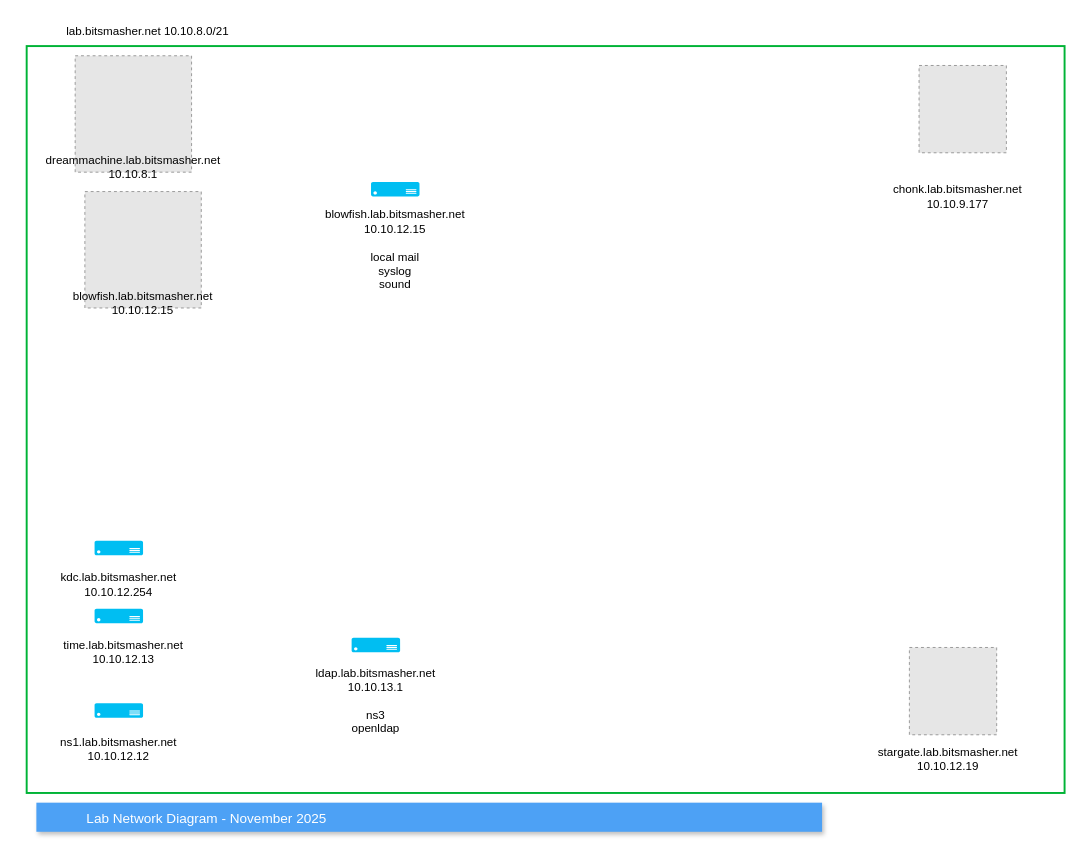
The draw.io diagram page "lab" (1 of 4) of docs/drawings/lab_2024.drawio in devsecfranklin/franklin-resume, before the edit. Source tidied: cells renumbered, new cells numbered last; positions are measured from the earlier drawing's top-left corner, leaving out a move shared by most shapes. Both pictures are drawn from the tidied source at 97%, with x=0, y=0 at pixel (21, 16). Pictures stored in the file or linked from it are replaced by grey dashed boxes.
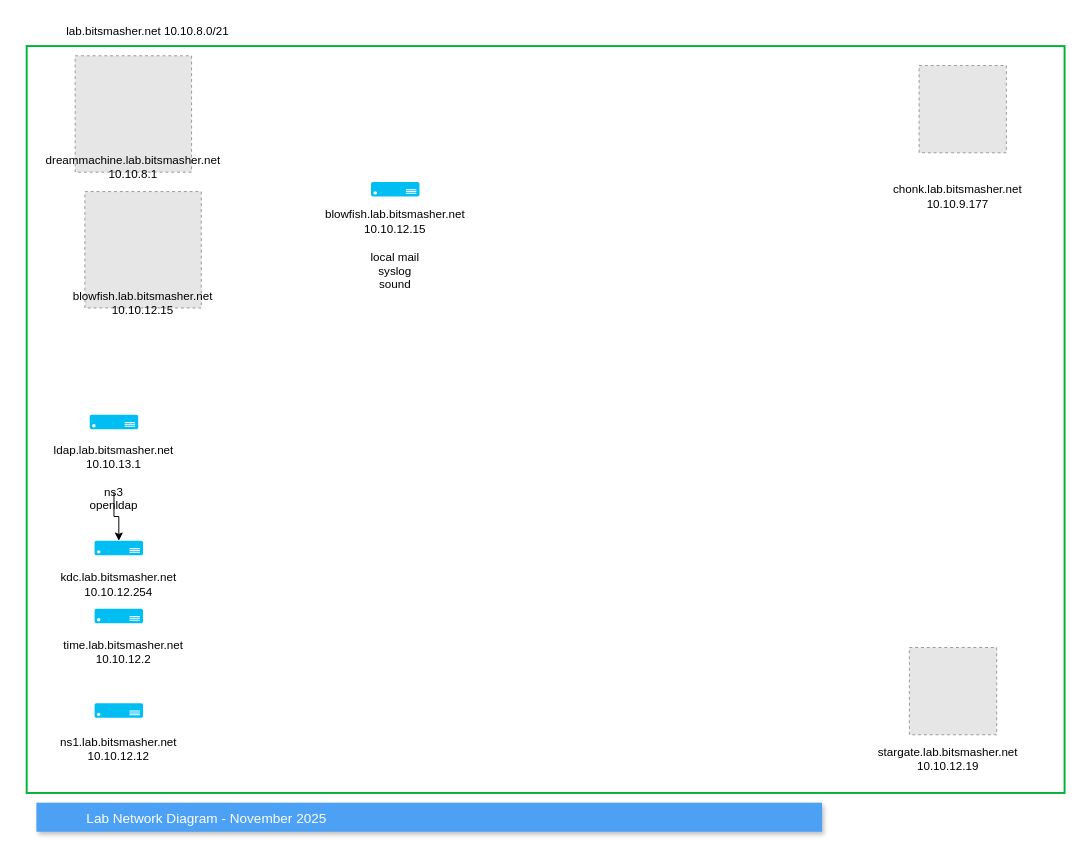
The same diagram, later.

Commit message (it also covers changes not shown here):
ansible work to recover time server (#1441)

Unchanged cells that the change refers to:
```xml
<mxCell id="19" style="group;" parent="5" vertex="1">
  <mxGeometry x="5" y="540" width="200" height="130" as="geometry" />
</mxCell>
<mxCell id="23" style="verticalLabelPosition=bottom;html=1;verticalAlign=top;align=center;strokeColor=none;fillColor=#00BEF2;shape=mxgraph.azure.server;" parent="21" vertex="1">
  <mxGeometry x="75" y="70" width="50" height="15" as="geometry" />
</mxCell>
<mxCell id="29" value="ldap.lab.bitsmasher.net&lt;br&gt;10.10.13.1&lt;div&gt;&lt;br&gt;&lt;/div&gt;&lt;div&gt;ns3&lt;/div&gt;&lt;div&gt;openldap&lt;/div&gt;" style="text;html=1;strokeColor=none;fillColor=none;align=center;verticalAlign=middle;whiteSpace=wrap;rounded=0;" parent="28" vertex="1">
  <mxGeometry y="100" width="200" height="30" as="geometry" />
</mxCell>
```

What changed in the source:
```diff
@@
-    <mxCell id="20" value="time.lab.bitsmasher.net&lt;br&gt;10.10.12.13" style="text;html=1;strokeColor=none;fillColor=none;align=center;verticalAlign=middle;whiteSpace=wrap;rounded=0;" parent="19" vertex="1">
+    <mxCell id="20" value="time.lab.bitsmasher.net&lt;br&gt;10.10.12.2" style="text;html=1;strokeColor=none;fillColor=none;align=center;verticalAlign=middle;whiteSpace=wrap;rounded=0;" parent="19" vertex="1">
       <mxGeometry y="100" width="200" height="30" as="geometry" />
     </mxCell>
@@
     <mxCell id="28" style="group;" parent="5" vertex="1">
-      <mxGeometry x="265" y="590" width="200" height="130" as="geometry" />
+      <mxGeometry x="-5" y="360" width="200" height="130" as="geometry" />
     </mxCell>
@@
+    <mxCell id="33" style="edgeStyle=orthogonalEdgeStyle;rounded=0;jettySize=auto;html=1;" parent="5" edge="1" source="29" target="23">
+      <mxGeometry relative="1" as="geometry" />
+    </mxCell>
```
